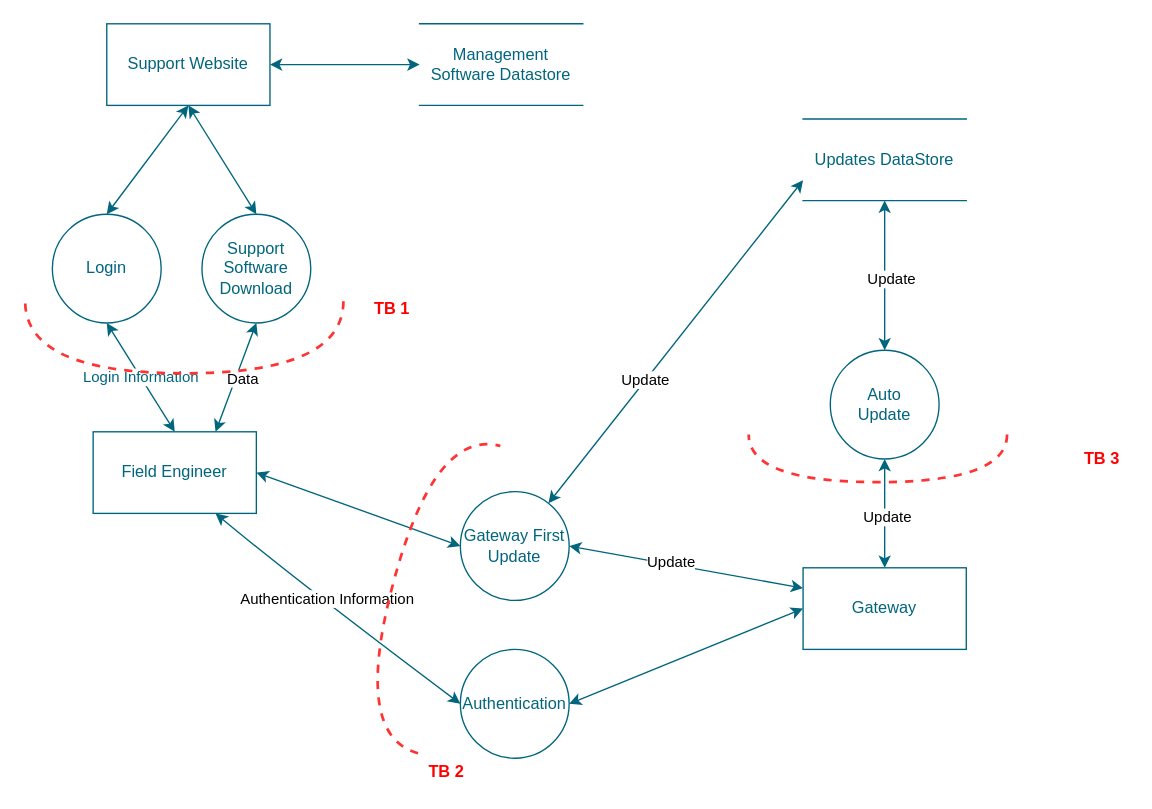
Earlier version of the draw.io diagram B2B/AHADataFlowDiagram.drawio (McKratt/diagrams). Source tidied: cells renumbered, new cells numbered last; positions are measured from the earlier drawing's top-left corner, leaving out a move shared by most shapes. Both pictures are drawn from the tidied source at 136%, with x=0, y=0 at pixel (52, 23).
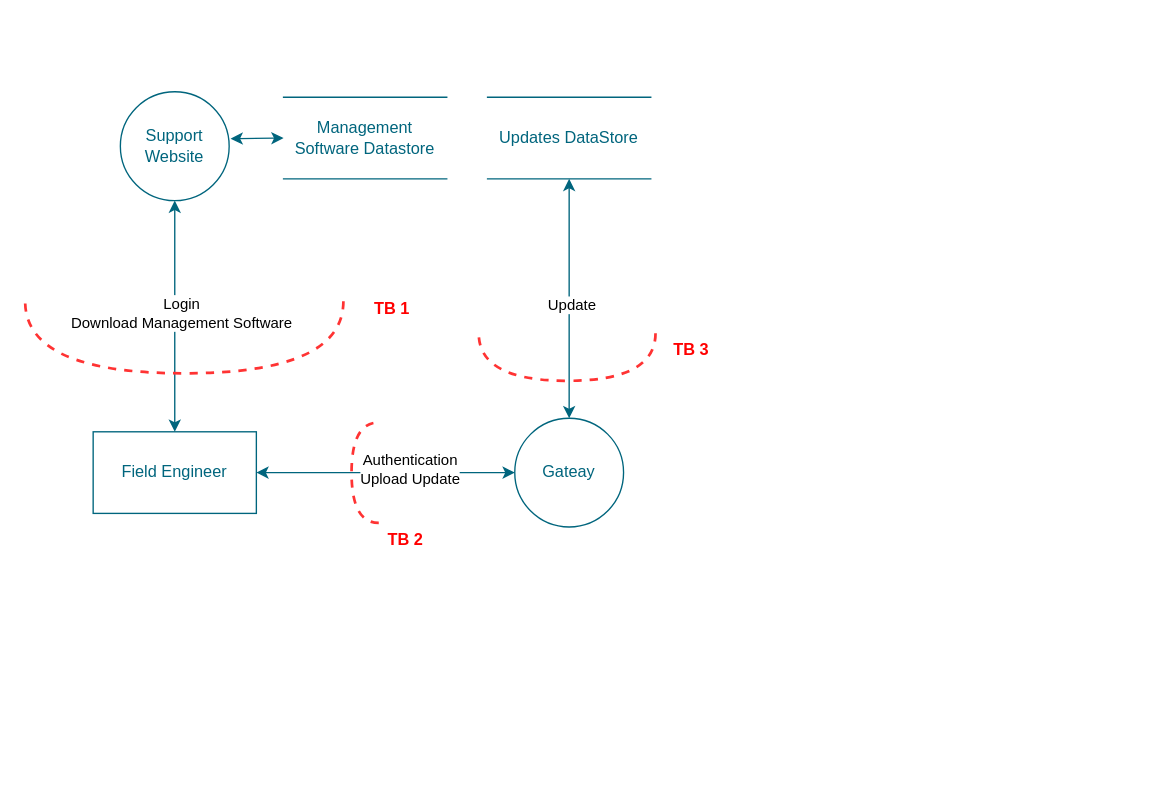
The same page after the edit.

The change refers to these unchanged cells:
```xml
<mxCell id="4" value="Field Engineer" style="rounded=0;whiteSpace=wrap;html=1;strokeColor=#00657D;fontColor=#00657D;" parent="1" vertex="1">
  <mxGeometry x="30" y="300" width="120" height="60" as="geometry" />
</mxCell>
```

The edit, as a diff of the source:
```diff
@@
     <mxCell id="2" value="Updates DataStore" style="shape=partialRectangle;whiteSpace=wrap;html=1;left=0;right=0;fillColor=none;strokeColor=#00657D;fontColor=#00657D;" parent="1" vertex="1">
-      <mxGeometry x="552" y="70" width="120" height="60" as="geometry" />
+      <mxGeometry x="320" y="54" width="120" height="60" as="geometry" />
     </mxCell>
-    <mxCell id="3" value="Gateway First Update" style="ellipse;whiteSpace=wrap;html=1;strokeColor=#00657D;fontColor=#00657D;" parent="1" vertex="1">
-      <mxGeometry x="300" y="344" width="80" height="80" as="geometry" />
-    </mxCell>
@@
-    <mxCell id="5" value="Gateway" style="rounded=0;whiteSpace=wrap;html=1;strokeColor=#00657D;fontColor=#00657D;" parent="1" vertex="1">
-      <mxGeometry x="552" y="400" width="120" height="60" as="geometry" />
-    </mxCell>
-    <mxCell id="6" value="Auto &lt;br&gt;Update" style="ellipse;whiteSpace=wrap;html=1;strokeColor=#00657D;fontColor=#00657D;" parent="1" vertex="1">
-      <mxGeometry x="572" y="240" width="80" height="80" as="geometry" />
-    </mxCell>
-    <mxCell id="7" value="Support Software Download" style="ellipse;whiteSpace=wrap;html=1;strokeColor=#00657D;fontColor=#00657D;" parent="1" vertex="1">
-      <mxGeometry x="110" y="140" width="80" height="80" as="geometry" />
+    <mxCell id="7" value="Support Website" style="ellipse;whiteSpace=wrap;html=1;strokeColor=#00657D;fontColor=#00657D;" parent="1" vertex="1">
+      <mxGeometry x="50" y="50" width="80" height="80" as="geometry" />
     </mxCell>
-    <mxCell id="8" style="endArrow=classic;startArrow=classic;html=1;fontColor=#00657D;strokeColor=#00657D;rounded=0;exitX=0.75;exitY=0;exitDx=0;exitDy=0;entryX=0.5;entryY=1;entryDx=0;entryDy=0;" parent="1" edge="1" source="4" target="7">
+    <mxCell id="8" style="endArrow=classic;startArrow=classic;html=1;fontColor=#00657D;strokeColor=#00657D;rounded=0;exitX=0.5;exitY=0;exitDx=0;exitDy=0;entryX=0.5;entryY=1;entryDx=0;entryDy=0;" parent="1" edge="1" source="4" target="7">
       <mxGeometry relative="1" as="geometry" />
     </mxCell>
-    <mxCell id="9" value="Data&lt;br&gt;" style="edgeLabel;html=1;align=center;verticalAlign=middle;" parent="8" vertex="1">
+    <mxCell id="9" value="Login&lt;br&gt;Download Management Software" style="edgeLabel;html=1;align=center;verticalAlign=middle;" parent="8" vertex="1">
       <mxGeometry x="0.03" y="-4" relative="1" as="geometry" />
     </mxCell>
-    <mxCell id="10" value="Login" style="ellipse;whiteSpace=wrap;html=1;strokeColor=#00657D;fontColor=#00657D;" parent="1" vertex="1">
-      <mxGeometry y="140" width="80" height="80" as="geometry" />
-    </mxCell>
-    <mxCell id="11" style="endArrow=classic;startArrow=classic;html=1;fontColor=#00657D;strokeColor=#00657D;rounded=0;entryX=0.5;entryY=1;entryDx=0;entryDy=0;exitX=0.5;exitY=0;exitDx=0;exitDy=0;" parent="1" edge="1" source="10" target="27">
-      <mxGeometry relative="1" as="geometry" />
-    </mxCell>
-    <mxCell id="12" value="Login Information" style="endArrow=classic;startArrow=classic;html=1;fontColor=#00657D;strokeColor=#00657D;rounded=0;exitX=0.5;exitY=0;exitDx=0;exitDy=0;entryX=0.5;entryY=1;entryDx=0;entryDy=0;" parent="1" edge="1" source="4" target="10">
-      <mxGeometry relative="1" as="geometry" />
-    </mxCell>
-    <mxCell id="13" value="Authentication" style="ellipse;whiteSpace=wrap;html=1;strokeColor=#00657D;fontColor=#00657D;" parent="1" vertex="1">
-      <mxGeometry x="300" y="460" width="80" height="80" as="geometry" />
-    </mxCell>
-    <mxCell id="14" style="endArrow=classic;startArrow=classic;html=1;fontColor=#00657D;strokeColor=#00657D;rounded=0;exitX=1;exitY=0.5;exitDx=0;exitDy=0;entryX=0;entryY=0.5;entryDx=0;entryDy=0;" parent="1" edge="1" source="13" target="5">
-      <mxGeometry relative="1" as="geometry" />
-    </mxCell>
-    <mxCell id="15" style="endArrow=classic;startArrow=classic;html=1;fontColor=#00657D;strokeColor=#00657D;curved=1;rounded=0;exitX=0.75;exitY=1;exitDx=0;exitDy=0;entryX=0;entryY=0.5;entryDx=0;entryDy=0;" parent="1" edge="1" source="4" target="13">
-      <mxGeometry relative="1" as="geometry">
-        <Array as="points">
-          <mxPoint x="180" y="410" />
-        </Array>
-      </mxGeometry>
-    </mxCell>
-    <mxCell id="16" value="Authentication Information" style="edgeLabel;html=1;align=center;verticalAlign=middle;" parent="15" vertex="1">
-      <mxGeometry x="-0.1" y="3" relative="1" as="geometry" />
-    </mxCell>
     <mxCell id="17" value="Management Software Datastore" style="shape=partialRectangle;whiteSpace=wrap;html=1;left=0;right=0;fillColor=none;strokeColor=#00657D;fontColor=#00657D;" parent="1" vertex="1">
-      <mxGeometry x="270" width="120" height="60" as="geometry" />
+      <mxGeometry x="170" y="54" width="120" height="60" as="geometry" />
     </mxCell>
-    <mxCell id="18" style="endArrow=classic;startArrow=classic;html=1;fontColor=#00657D;strokeColor=#00657D;rounded=0;exitX=1;exitY=0.5;exitDx=0;exitDy=0;entryX=0;entryY=0.5;entryDx=0;entryDy=0;" parent="1" edge="1" source="4" target="3">
+    <mxCell id="18" style="endArrow=classic;startArrow=classic;html=1;fontColor=#00657D;strokeColor=#00657D;rounded=0;exitX=1;exitY=0.5;exitDx=0;exitDy=0;entryX=0;entryY=0.5;entryDx=0;entryDy=0;" parent="1" edge="1" source="4" target="37">
       <mxGeometry relative="1" as="geometry" />
     </mxCell>
-    <mxCell id="19" style="endArrow=classic;startArrow=classic;html=1;fontColor=#00657D;strokeColor=#00657D;rounded=0;entryX=0;entryY=0.75;entryDx=0;entryDy=0;" parent="1" edge="1" source="3" target="2">
-      <mxGeometry relative="1" as="geometry" />
-    </mxCell>
-    <mxCell id="20" value="Update" style="edgeLabel;html=1;align=center;verticalAlign=middle;" parent="19" vertex="1">
-      <mxGeometry x="-0.24" y="1" relative="1" as="geometry" />
-    </mxCell>
-    <mxCell id="21" style="endArrow=classic;startArrow=classic;html=1;fontColor=#00657D;strokeColor=#00657D;rounded=0;entryX=0;entryY=0.25;entryDx=0;entryDy=0;exitX=1;exitY=0.5;exitDx=0;exitDy=0;" parent="1" edge="1" source="3" target="5">
-      <mxGeometry relative="1" as="geometry" />
-    </mxCell>
-    <mxCell id="22" value="Update" style="edgeLabel;html=1;align=center;verticalAlign=middle;" parent="21" vertex="1">
-      <mxGeometry x="-0.14" y="2" relative="1" as="geometry" />
-    </mxCell>
-    <mxCell id="23" style="endArrow=classic;startArrow=classic;html=1;fontColor=#00657D;strokeColor=#00657D;rounded=0;entryX=0.5;entryY=0;entryDx=0;entryDy=0;exitX=0.5;exitY=1;exitDx=0;exitDy=0;" parent="1" edge="1" source="2" target="6">
-      <mxGeometry relative="1" as="geometry" />
-    </mxCell>
-    <mxCell id="24" value="Update" style="edgeLabel;html=1;align=center;verticalAlign=middle;" parent="23" vertex="1">
-      <mxGeometry x="0.04" y="4" relative="1" as="geometry" />
-    </mxCell>
+    <mxCell id="36" value="Authentication&lt;br&gt;Upload Update" style="edgeLabel;html=1;align=center;verticalAlign=middle;" parent="18" vertex="1">
+      <mxGeometry x="0.18" y="3" relative="1" as="geometry" />
+    </mxCell>
-    <mxCell id="25" style="endArrow=classic;startArrow=classic;html=1;fontColor=#00657D;strokeColor=#00657D;rounded=0;entryX=0.5;entryY=1;entryDx=0;entryDy=0;exitX=0.5;exitY=0;exitDx=0;exitDy=0;" parent="1" edge="1" source="5" target="6">
+    <mxCell id="25" style="endArrow=classic;startArrow=classic;html=1;fontColor=#00657D;strokeColor=#00657D;rounded=0;entryX=0.5;entryY=1;entryDx=0;entryDy=0;exitX=0.5;exitY=0;exitDx=0;exitDy=0;" parent="1" edge="1" source="37" target="2">
       <mxGeometry relative="1" as="geometry" />
     </mxCell>
@@
-    <mxCell id="27" value="Support Website" style="rounded=0;whiteSpace=wrap;html=1;strokeColor=#00657D;fontColor=#00657D;" parent="1" vertex="1">
-      <mxGeometry x="40" width="120" height="60" as="geometry" />
-    </mxCell>
-    <mxCell id="28" style="endArrow=classic;startArrow=classic;html=1;fontColor=#00657D;strokeColor=#00657D;rounded=0;entryX=0;entryY=0.5;entryDx=0;entryDy=0;exitX=1;exitY=0.5;exitDx=0;exitDy=0;" parent="1" edge="1" source="27" target="17">
+    <mxCell id="28" style="endArrow=classic;startArrow=classic;html=1;fontColor=#00657D;strokeColor=#00657D;rounded=0;entryX=0;entryY=0.5;entryDx=0;entryDy=0;exitX=1.013;exitY=0.431;exitDx=0;exitDy=0;exitPerimeter=0;" parent="1" edge="1" source="7" target="17">
       <mxGeometry relative="1" as="geometry" />
     </mxCell>
-    <mxCell id="29" style="endArrow=classic;startArrow=classic;html=1;fontColor=#00657D;strokeColor=#00657D;rounded=0;exitX=0.5;exitY=0;exitDx=0;exitDy=0;entryX=0.5;entryY=1;entryDx=0;entryDy=0;" parent="1" edge="1" source="7" target="27">
-      <mxGeometry relative="1" as="geometry" />
-    </mxCell>
@@
-    <mxCell id="32" style="shape=requiredInterface;html=1;verticalLabelPosition=bottom;dashed=1;strokeColor=#FF3333;strokeWidth=2;fillColor=none;fontColor=#FF3333;align=left;rotation=-165;" parent="1" vertex="1">
-      <mxGeometry x="250" y="300" width="50" height="233.9" as="geometry" />
+    <mxCell id="32" style="shape=requiredInterface;html=1;verticalLabelPosition=bottom;dashed=1;strokeColor=#FF3333;strokeWidth=2;fillColor=none;fontColor=#FF3333;align=left;rotation=-180;" parent="1" vertex="1">
+      <mxGeometry x="220" y="293.1" width="20" height="73.9" as="geometry" />
     </mxCell>
     <mxCell id="33" value="&lt;font color=&quot;#ff0000&quot;&gt;&lt;b&gt;TB 2&lt;br&gt;&lt;/b&gt;&lt;/font&gt;" style="text;html=1;strokeColor=none;fillColor=none;align=center;verticalAlign=middle;whiteSpace=wrap;rounded=0;" parent="1" vertex="1">
-      <mxGeometry x="270" y="540" width="40" height="20" as="geometry" />
+      <mxGeometry x="240" y="370" width="40" height="20" as="geometry" />
     </mxCell>
     <mxCell id="34" style="shape=requiredInterface;html=1;verticalLabelPosition=bottom;dashed=1;strokeColor=#FF3333;strokeWidth=2;fillColor=none;fontColor=#FF3333;align=left;rotation=90;" parent="1" vertex="1">
-      <mxGeometry x="589.5" y="224.5" width="35" height="190" as="geometry" />
+      <mxGeometry x="361" y="180" width="35" height="130" as="geometry" />
     </mxCell>
     <mxCell id="35" value="&lt;font color=&quot;#ff0000&quot;&gt;&lt;b&gt;TB 3&lt;br&gt;&lt;/b&gt;&lt;/font&gt;" style="text;html=1;strokeColor=none;fillColor=none;align=center;verticalAlign=middle;whiteSpace=wrap;rounded=0;" parent="1" vertex="1">
-      <mxGeometry x="752" y="310" width="40" height="20" as="geometry" />
+      <mxGeometry x="450" y="230" width="40" height="20" as="geometry" />
     </mxCell>
+    <mxCell id="37" value="Gateay&lt;br&gt;" style="ellipse;whiteSpace=wrap;html=1;strokeColor=#00657D;fontColor=#00657D;" parent="1" vertex="1">
+      <mxGeometry x="340" y="290" width="80" height="80" as="geometry" />
+    </mxCell>
```
